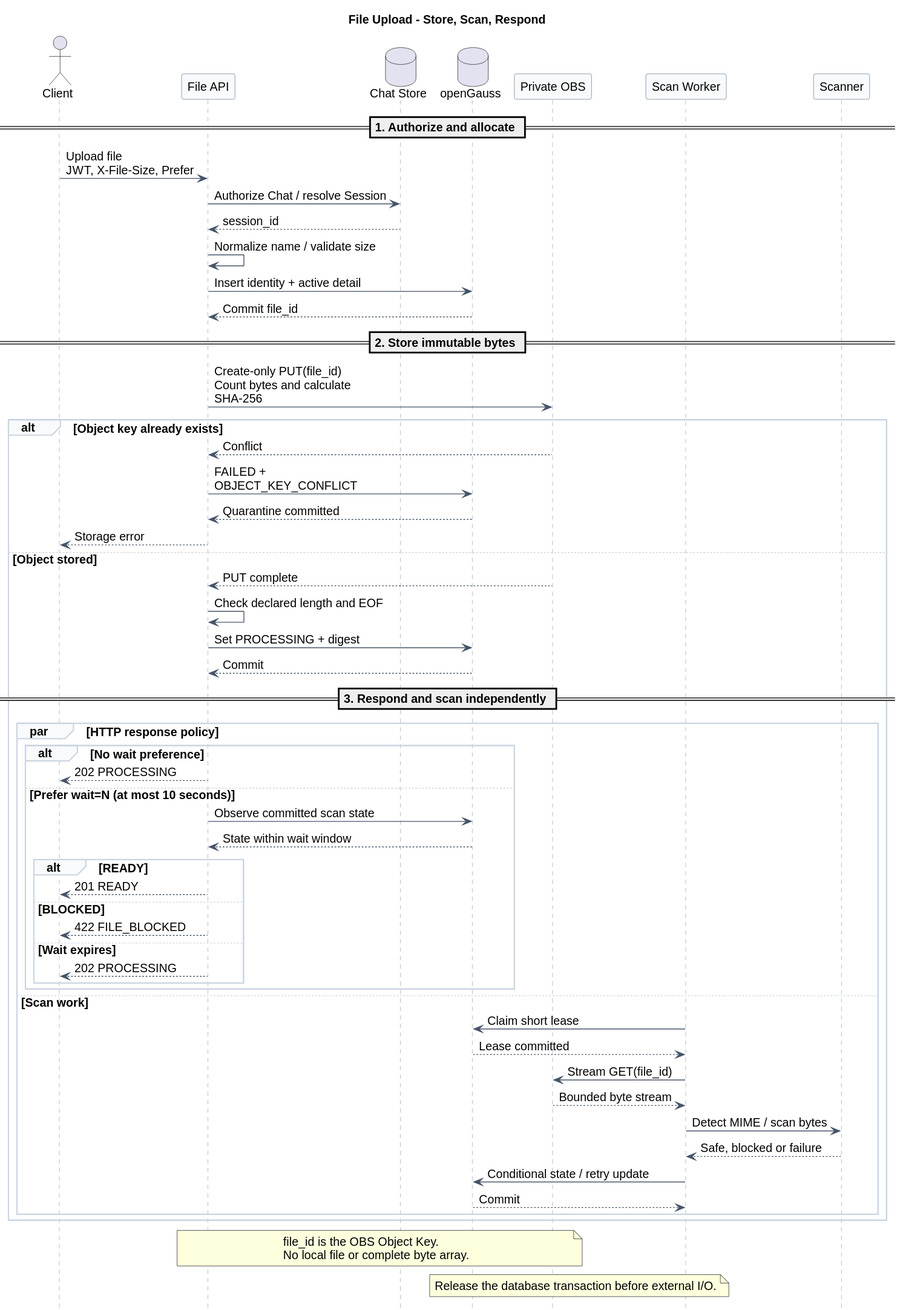
Earlier version of the PlantUML export 02-服务与接口/01-CampusMate附件服务/file_upload_and_scan_flow.svg (ssm0808/pi-mono-java-design).
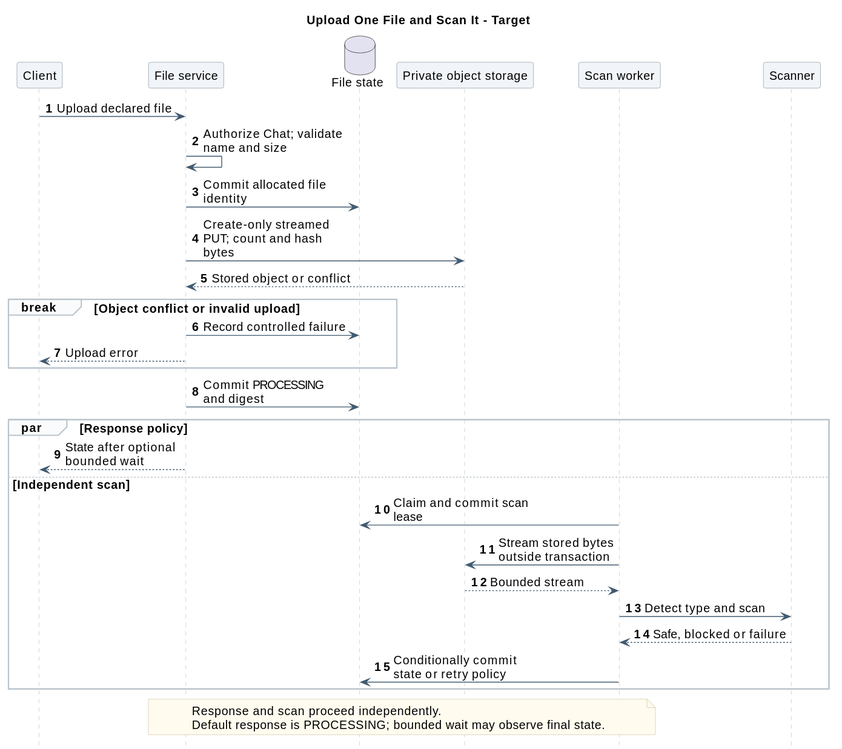
After the commit.

The edit, as a diff of the source:
```diff
@@ -1,82 +1,50 @@
 @startuml
+skinparam backgroundColor white
+skinparam defaultFontName SansSerif
+skinparam defaultFontSize 14
+skinparam shadowing false
+skinparam sequenceMessageAlign left
+skinparam maxMessageSize 180
+skinparam sequenceArrowColor #425B70
+skinparam sequenceLifeLineBorderColor #BAC4CC
+skinparam sequenceParticipantBackgroundColor #F1F5F9
+skinparam sequenceParticipantBorderColor #8496A4
+skinparam sequenceGroupBackgroundColor #FAFBFC
+skinparam sequenceGroupBorderColor #BAC4CC
+skinparam noteBackgroundColor #FFFBEF
+skinparam noteBorderColor #D2C6A5
+hide footbox
+autonumber
 
-skinparam backgroundColor white
-skinparam shadowing false
-skinparam defaultFontName Arial
-skinparam defaultFontSize 14
-skinparam maxMessageSize 210
-skinparam sequenceMessageAlign left
-hide footbox
-skinparam sequence {
-  ArrowColor #475569
-  LifeLineBorderColor #94A3B8
-  ParticipantBorderColor #64748B
-  ParticipantBackgroundColor #F8FAFC
-  GroupBorderColor #CBD5E1
-  GroupBackgroundColor #F8FAFC
-}
-title File Upload - Store, Scan, Respond
-actor Client
-participant "File API" as API
-database "Chat Store" as Chats
-database openGauss as DB
-participant "Private OBS" as OBS
-participant "Scan Worker" as Worker
+title Upload One File and Scan It - Target
+participant Client
+participant "File service" as API
+database "File state" as DB
+participant "Private object storage" as OBS
+participant "Scan worker" as Worker
 participant Scanner
-
-== 1. Authorize and allocate ==
-Client -> API : Upload file\nJWT, X-File-Size, Prefer
-API -> Chats : Authorize Chat / resolve Session
-Chats --> API : session_id
-API -> API : Normalize name / validate size
-API -> DB : Insert identity + active detail
-DB --> API : Commit file_id
-
-== 2. Store immutable bytes ==
-API -> OBS : Create-only PUT(file_id)\nCount bytes and calculate SHA-256
-alt Object key already exists
-  OBS --> API : Conflict
-  API -> DB : FAILED + OBJECT_KEY_CONFLICT
-  DB --> API : Quarantine committed
-  API --> Client : Storage error
-else Object stored
-  OBS --> API : PUT complete
-  API -> API : Check declared length and EOF
-  API -> DB : Set PROCESSING + digest
-  DB --> API : Commit
-
-  == 3. Respond and scan independently ==
-  par HTTP response policy
-    alt No wait preference
-      API --> Client : 202 PROCESSING
-    else Prefer wait=N (at most 10 seconds)
-      API -> DB : Observe committed scan state
-      DB --> API : State within wait window
-      alt READY
-        API --> Client : 201 READY
-      else BLOCKED
-        API --> Client : 422 FILE_BLOCKED
-      else Wait expires
-        API --> Client : 202 PROCESSING
-      end
-    end
-  else Scan work
-    Worker -> DB : Claim short lease
-    DB --> Worker : Lease committed
-    Worker -> OBS : Stream GET(file_id)
-    OBS --> Worker : Bounded byte stream
-    Worker -> Scanner : Detect MIME / scan bytes
-    Scanner --> Worker : Safe, blocked or failure
-    Worker -> DB : Conditional state / retry update
-    DB --> Worker : Commit
-  end
+Client -> API : Upload declared file
+API -> API : Authorize Chat; validate name and size
+API -> DB : Commit allocated file identity
+API -> OBS : Create-only streamed PUT; count and hash bytes
+OBS --> API : Stored object or conflict
+break Object conflict or invalid upload
+  API -> DB : Record controlled failure
+  API --> Client : Upload error
 end
-
-note over API,OBS
-file_id is the OBS Object Key.
-No local file or complete byte array.
-end note
-note over DB,Worker
-Release the database transaction before external I/O.
+API -> DB : Commit PROCESSING\nand digest
+par Response policy
+  API --> Client : State after optional bounded wait
+else Independent scan
+Worker -> DB : Claim and commit scan lease
+Worker -> OBS : Stream stored bytes outside transaction
+OBS --> Worker : Bounded stream
+Worker -> Scanner : Detect type and scan
+Scanner --> Worker : Safe, blocked or failure
+Worker -> DB : Conditionally commit state or retry policy
+end
+note over API,Worker
+  Response and scan proceed independently.
+  Default response is PROCESSING; bounded wait may observe final state.
 end note
 @enduml
```
